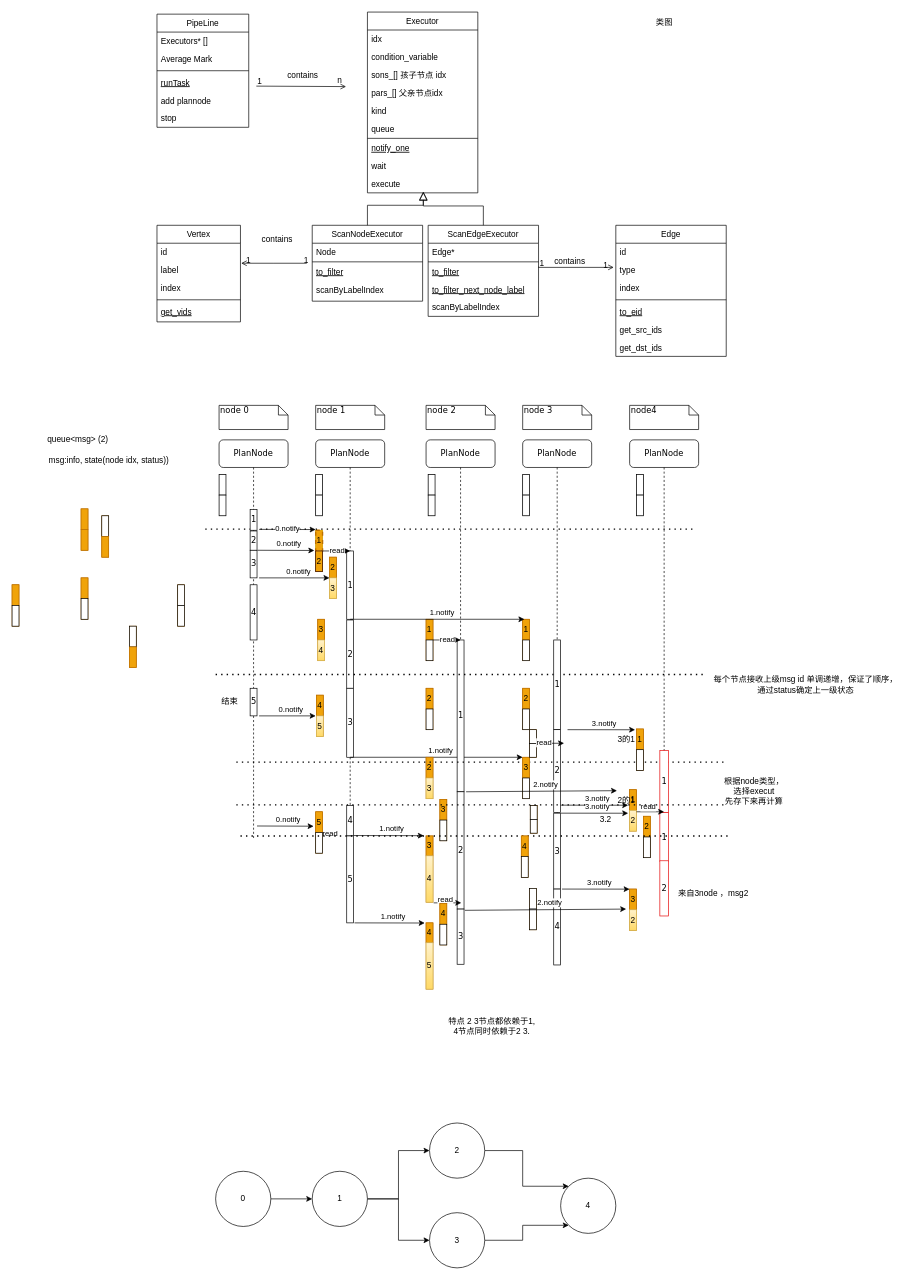
Earlier version of the draw.io diagram pipeline类图.drawio (abasi20/drawio). Source tidied: cells renumbered, new cells numbered last; positions are measured from the earlier drawing's top-left corner, leaving out a move shared by most shapes. Both pictures are drawn from the tidied source at 69%, with x=0, y=0 at pixel (12, 12).
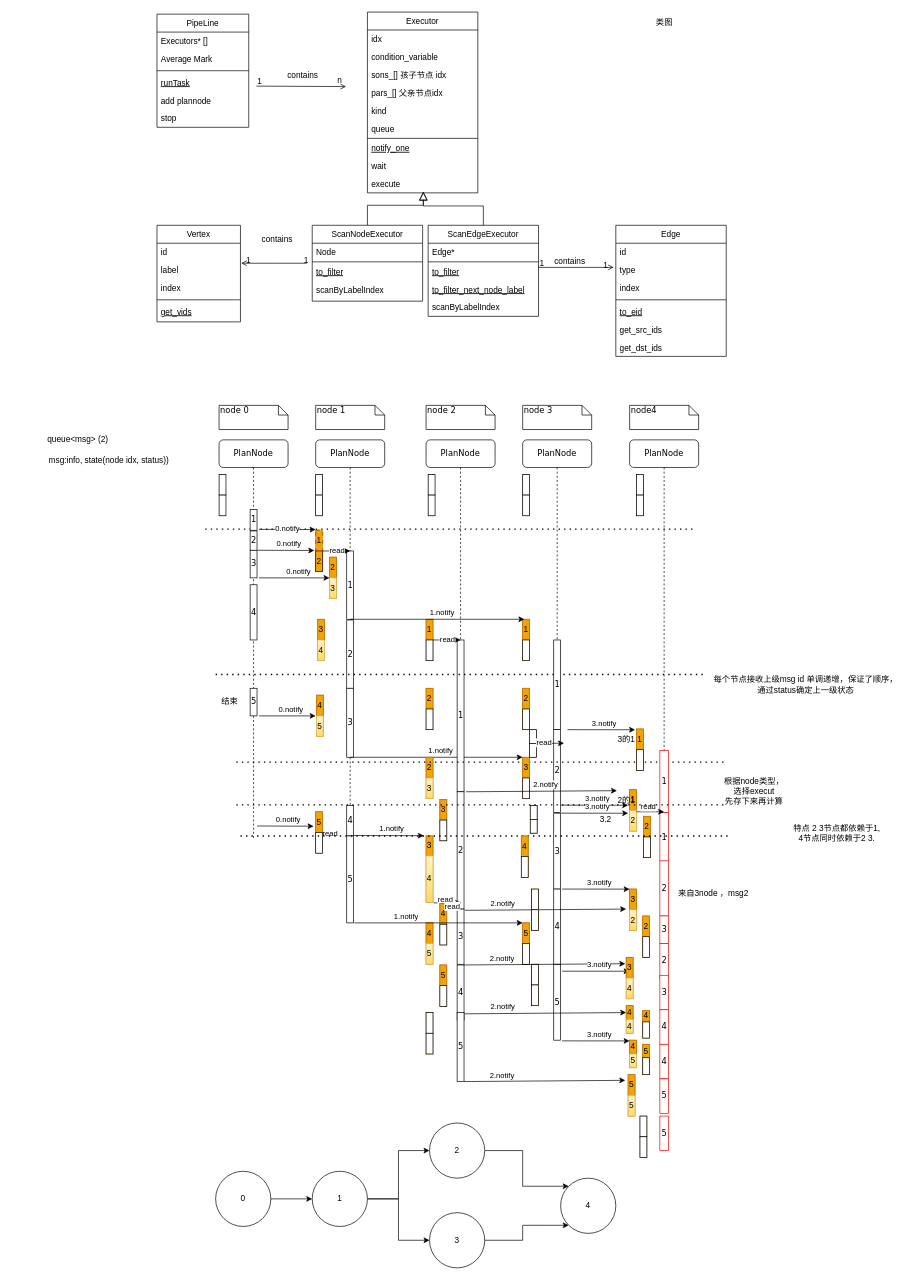
Above is the later version.

Unchanged cells that the change refers to:
```xml
<mxCell id="254" style="endArrow=classic;html=1;rounded=0;" parent="1" edge="1">
  <mxGeometry relative="1" as="geometry">
    <mxPoint x="656.2" y="1301.8" as="sourcePoint" />
    <mxPoint x="890" y="1300" as="targetPoint" />
  </mxGeometry>
</mxCell>
```

Diff of the diagram source:
```diff
@@
-    <mxCell id="187" style="group;fillColor=#f0a30a;fontColor=#000000;strokeColor=#BD7000;" parent="1" vertex="1">
-      <mxGeometry x="100" y="720" width="10" height="60" as="geometry" />
-    </mxCell>
-    <mxCell id="188" style="rounded=0;whiteSpace=wrap;html=1;fillColor=#f0a30a;fontColor=#000000;strokeColor=#BD7000;" parent="187" vertex="1">
-      <mxGeometry width="10" height="30" as="geometry" />
-    </mxCell>
-    <mxCell id="189" style="rounded=0;whiteSpace=wrap;html=1;fillColor=#f0a30a;strokeColor=#BD7000;fontColor=#000000;" parent="187" vertex="1">
-      <mxGeometry y="30" width="10" height="30" as="geometry" />
-    </mxCell>
-    <mxCell id="190" style="group;fillColor=#f0a30a;fontColor=#000000;strokeColor=#BD7000;" parent="1" vertex="1">
-      <mxGeometry x="130" y="730" width="10" height="60" as="geometry" />
-    </mxCell>
-    <mxCell id="191" style="rounded=0;whiteSpace=wrap;html=1;" parent="190" vertex="1">
-      <mxGeometry width="10" height="30" as="geometry" />
-    </mxCell>
-    <mxCell id="192" style="rounded=0;whiteSpace=wrap;html=1;fillColor=#f0a30a;strokeColor=#BD7000;fontColor=#000000;" parent="190" vertex="1">
-      <mxGeometry y="30" width="10" height="30" as="geometry" />
-    </mxCell>
-    <mxCell id="193" style="group;fillColor=#f0a30a;fontColor=#000000;strokeColor=#BD7000;" parent="1" vertex="1">
-      <mxGeometry x="100" y="820" width="10" height="60" as="geometry" />
-    </mxCell>
-    <mxCell id="194" style="rounded=0;whiteSpace=wrap;html=1;fillColor=#f0a30a;fontColor=#000000;strokeColor=#BD7000;" parent="193" vertex="1">
-      <mxGeometry width="10" height="30" as="geometry" />
-    </mxCell>
-    <mxCell id="195" style="rounded=0;whiteSpace=wrap;html=1;" parent="193" vertex="1">
-      <mxGeometry y="30" width="10" height="30" as="geometry" />
-    </mxCell>
@@
-    <mxCell id="202" style="group;fillColor=#f0a30a;fontColor=#000000;strokeColor=#BD7000;" parent="1" vertex="1">
-      <mxGeometry y="830" width="10" height="60" as="geometry" />
-    </mxCell>
-    <mxCell id="203" style="rounded=0;whiteSpace=wrap;html=1;fillColor=#f0a30a;fontColor=#000000;strokeColor=#BD7000;" parent="202" vertex="1">
-      <mxGeometry width="10" height="30" as="geometry" />
-    </mxCell>
-    <mxCell id="204" style="rounded=0;whiteSpace=wrap;html=1;" parent="202" vertex="1">
-      <mxGeometry y="30" width="10" height="30" as="geometry" />
-    </mxCell>
-    <mxCell id="205" style="group;fillColor=#f0a30a;fontColor=#000000;strokeColor=#BD7000;" parent="1" vertex="1">
-      <mxGeometry x="170" y="890" width="10" height="60" as="geometry" />
-    </mxCell>
-    <mxCell id="206" style="rounded=0;whiteSpace=wrap;html=1;" parent="205" vertex="1">
-      <mxGeometry width="10" height="30" as="geometry" />
-    </mxCell>
-    <mxCell id="207" style="rounded=0;whiteSpace=wrap;html=1;fillColor=#f0a30a;strokeColor=#BD7000;fontColor=#000000;" parent="205" vertex="1">
-      <mxGeometry y="30" width="10" height="30" as="geometry" />
-    </mxCell>
@@
-    <mxCell id="213" style="group;fillColor=#f0a30a;fontColor=#000000;strokeColor=#BD7000;" parent="1" vertex="1">
-      <mxGeometry x="240" y="830" width="10" height="60" as="geometry" />
-    </mxCell>
-    <mxCell id="214" style="rounded=0;whiteSpace=wrap;html=1;" parent="213" vertex="1">
-      <mxGeometry width="10" height="30" as="geometry" />
-    </mxCell>
-    <mxCell id="215" style="rounded=0;whiteSpace=wrap;html=1;" parent="213" vertex="1">
-      <mxGeometry y="30" width="10" height="30" as="geometry" />
-    </mxCell>
@@
     <mxCell id="231" style="group;fillColor=#f0a30a;fontColor=#000000;strokeColor=#BD7000;" parent="1" vertex="1">
-      <mxGeometry x="750" y="1270" width="10" height="60" as="geometry" />
+      <mxGeometry x="600" y="1450" width="10" height="60" as="geometry" />
     </mxCell>
@@
     <mxCell id="243" style="group;fillColor=#f0a30a;fontColor=#000000;strokeColor=#BD7000;" parent="1" vertex="1">
-      <mxGeometry x="600" y="1320" width="10" height="96" as="geometry" />
+      <mxGeometry x="600" y="1320" width="10" height="60" as="geometry" />
     </mxCell>
     <mxCell id="244" value="4" style="rounded=0;whiteSpace=wrap;html=1;fillColor=#f0a30a;fontColor=#000000;strokeColor=#BD7000;" parent="243" vertex="1">
-      <mxGeometry width="10" height="28.8" as="geometry" />
+      <mxGeometry width="10" height="30" as="geometry" />
     </mxCell>
     <mxCell id="245" value="5" style="rounded=0;whiteSpace=wrap;html=1;fillColor=#fff2cc;gradientColor=#ffd966;strokeColor=#d6b656;" parent="243" vertex="1">
-      <mxGeometry y="28.8" width="10" height="67.2" as="geometry" />
+      <mxGeometry y="30" width="10" height="30" as="geometry" />
     </mxCell>
-    <mxCell id="246" style="endArrow=classic;html=1;rounded=0;exitX=0.8;exitY=0.975;exitDx=0;exitDy=0;exitPerimeter=0;entryX=-0.329;entryY=-0.012;entryDx=0;entryDy=0;entryPerimeter=0;" parent="1" edge="1">
+    <mxCell id="246" style="endArrow=classic;html=1;rounded=0;exitX=0.8;exitY=0.975;exitDx=0;exitDy=0;exitPerimeter=0;" parent="1" edge="1">
       <mxGeometry relative="1" as="geometry">
         <mxPoint x="496.3" y="1320" as="sourcePoint" />
-        <mxPoint x="598" y="1320.2" as="targetPoint" />
+        <mxPoint x="740" y="1320" as="targetPoint" />
       </mxGeometry>
     </mxCell>
     <mxCell id="247" value="1.notify" style="edgeLabel;html=1;align=center;verticalAlign=middle;" parent="246" vertex="1">
       <mxGeometry x="0.01" y="-2" relative="1" as="geometry">
-        <mxPoint x="4" y="-12" as="offset" />
+        <mxPoint x="-49" y="-12" as="offset" />
       </mxGeometry>
     </mxCell>
@@
     <mxCell id="255" value="2.notify" style="edgeLabel;html=1;align=center;verticalAlign=middle;" parent="254" vertex="1">
       <mxGeometry x="0.01" y="-2" relative="1" as="geometry">
-        <mxPoint x="4" y="-12" as="offset" />
+        <mxPoint x="-64" y="-11" as="offset" />
       </mxGeometry>
     </mxCell>
@@
     <mxCell id="258" value="特点 2 3节点都依赖于1, &lt;br&gt;4节点同时依赖于2 3." style="text;html=1;align=center;verticalAlign=middle;strokeColor=none;fillColor=none;" parent="1" vertex="1">
-      <mxGeometry x="620" y="1450" width="150" height="40" as="geometry" />
+      <mxGeometry x="1120" y="1170" width="150" height="40" as="geometry" />
     </mxCell>
+    <mxCell id="259" value="4" style="html=1;perimeter=orthogonalPerimeter;rounded=0;shadow=0;comic=0;labelBackgroundColor=none;strokeWidth=1;fontFamily=Verdana;fontSize=12;align=center;" parent="1" vertex="1">
+      <mxGeometry x="645" y="1381" width="10" height="80" as="geometry" />
+    </mxCell>
+    <mxCell id="260" value="5" style="html=1;perimeter=orthogonalPerimeter;rounded=0;shadow=0;comic=0;labelBackgroundColor=none;strokeWidth=1;fontFamily=Verdana;fontSize=12;align=center;" parent="1" vertex="1">
+      <mxGeometry x="645" y="1450" width="10" height="100" as="geometry" />
+    </mxCell>
+    <mxCell id="261" style="group;fillColor=#f0a30a;fontColor=#000000;strokeColor=#BD7000;" parent="1" vertex="1">
+      <mxGeometry x="740" y="1320" width="10" height="60" as="geometry" />
+    </mxCell>
+    <mxCell id="262" value="5" style="rounded=0;whiteSpace=wrap;html=1;fillColor=#f0a30a;fontColor=#000000;strokeColor=#BD7000;" parent="261" vertex="1">
+      <mxGeometry width="10" height="30" as="geometry" />
+    </mxCell>
+    <mxCell id="263" style="rounded=0;whiteSpace=wrap;html=1;" parent="261" vertex="1">
+      <mxGeometry y="30" width="10" height="30" as="geometry" />
+    </mxCell>
+    <mxCell id="264" value="5" style="html=1;perimeter=orthogonalPerimeter;rounded=0;shadow=0;comic=0;labelBackgroundColor=none;strokeWidth=1;fontFamily=Verdana;fontSize=12;align=center;" parent="1" vertex="1">
+      <mxGeometry x="785" y="1380" width="10" height="110" as="geometry" />
+    </mxCell>
+    <mxCell id="265" value="read" style="edgeLabel;html=1;align=center;verticalAlign=middle;" parent="1" vertex="1">
+      <mxGeometry x="637" y="1295" as="geometry" />
+    </mxCell>
+    <mxCell id="266" style="group;fillColor=#f0a30a;fontColor=#000000;strokeColor=#BD7000;" parent="1" vertex="1">
+      <mxGeometry x="620" y="1381" width="10" height="60" as="geometry" />
+    </mxCell>
+    <mxCell id="267" value="5" style="rounded=0;whiteSpace=wrap;html=1;fillColor=#f0a30a;fontColor=#000000;strokeColor=#BD7000;" parent="266" vertex="1">
+      <mxGeometry width="10" height="30" as="geometry" />
+    </mxCell>
+    <mxCell id="268" style="rounded=0;whiteSpace=wrap;html=1;" parent="266" vertex="1">
+      <mxGeometry y="30" width="10" height="30" as="geometry" />
+    </mxCell>
+    <mxCell id="269" style="group;fillColor=#f0a30a;fontColor=#000000;strokeColor=#BD7000;" parent="1" vertex="1">
+      <mxGeometry x="753" y="1271" width="10" height="60" as="geometry" />
+    </mxCell>
+    <mxCell id="270" style="rounded=0;whiteSpace=wrap;html=1;" parent="269" vertex="1">
+      <mxGeometry width="10" height="30" as="geometry" />
+    </mxCell>
+    <mxCell id="271" style="rounded=0;whiteSpace=wrap;html=1;" parent="269" vertex="1">
+      <mxGeometry y="30" width="10" height="30" as="geometry" />
+    </mxCell>
+    <mxCell id="272" style="group;fillColor=#f0a30a;fontColor=#000000;strokeColor=#BD7000;" parent="1" vertex="1">
+      <mxGeometry x="753" y="1380" width="10" height="60" as="geometry" />
+    </mxCell>
+    <mxCell id="273" style="rounded=0;whiteSpace=wrap;html=1;" parent="272" vertex="1">
+      <mxGeometry width="10" height="30" as="geometry" />
+    </mxCell>
+    <mxCell id="274" style="rounded=0;whiteSpace=wrap;html=1;" parent="272" vertex="1">
+      <mxGeometry y="30" width="10" height="30" as="geometry" />
+    </mxCell>
+    <mxCell id="275" value="3" style="html=1;perimeter=orthogonalPerimeter;rounded=0;shadow=0;comic=0;labelBackgroundColor=none;strokeWidth=1;fontFamily=Verdana;fontSize=12;align=center;strokeColor=#E60A0A;" parent="1" vertex="1">
+      <mxGeometry x="938.8" y="1310" width="12.5" height="40" as="geometry" />
+    </mxCell>
+    <mxCell id="276" style="group;fillColor=#f0a30a;fontColor=#000000;strokeColor=#BD7000;" parent="1" vertex="1">
+      <mxGeometry x="914" y="1310" width="10" height="60" as="geometry" />
+    </mxCell>
+    <mxCell id="277" value="2" style="rounded=0;whiteSpace=wrap;html=1;fillColor=#f0a30a;fontColor=#000000;strokeColor=#BD7000;" parent="276" vertex="1">
+      <mxGeometry width="10" height="30" as="geometry" />
+    </mxCell>
+    <mxCell id="278" style="rounded=0;whiteSpace=wrap;html=1;" parent="276" vertex="1">
+      <mxGeometry y="30" width="10" height="30" as="geometry" />
+    </mxCell>
+    <mxCell id="279" style="endArrow=classic;html=1;rounded=0;" parent="1" edge="1">
+      <mxGeometry relative="1" as="geometry">
+        <mxPoint x="655" y="1381" as="sourcePoint" />
+        <mxPoint x="888.7" y="1379.2" as="targetPoint" />
+      </mxGeometry>
+    </mxCell>
+    <mxCell id="280" value="2.notify" style="edgeLabel;html=1;align=center;verticalAlign=middle;" parent="279" vertex="1">
+      <mxGeometry x="0.01" y="-2" relative="1" as="geometry">
+        <mxPoint x="-64" y="-11" as="offset" />
+      </mxGeometry>
+    </mxCell>
+    <mxCell id="281" style="endArrow=classic;html=1;rounded=0;exitX=0.8;exitY=0.975;exitDx=0;exitDy=0;exitPerimeter=0;entryX=0.758;entryY=0.004;entryDx=0;entryDy=0;entryPerimeter=0;" parent="1" edge="1">
+      <mxGeometry relative="1" as="geometry">
+        <mxPoint x="797.1" y="1390" as="sourcePoint" />
+        <mxPoint x="895" y="1390.1" as="targetPoint" />
+      </mxGeometry>
+    </mxCell>
+    <mxCell id="282" value="3.notify" style="edgeLabel;html=1;align=center;verticalAlign=middle;" parent="281" vertex="1">
+      <mxGeometry x="0.01" y="-2" relative="1" as="geometry">
+        <mxPoint x="4" y="-12" as="offset" />
+      </mxGeometry>
+    </mxCell>
+    <mxCell id="283" value="2" style="html=1;perimeter=orthogonalPerimeter;rounded=0;shadow=0;comic=0;labelBackgroundColor=none;strokeWidth=1;fontFamily=Verdana;fontSize=12;align=center;strokeColor=#E60A0A;" parent="1" vertex="1">
+      <mxGeometry x="938.8" y="1350" width="12.5" height="50" as="geometry" />
+    </mxCell>
+    <mxCell id="284" style="group;fillColor=#f0a30a;fontColor=#000000;strokeColor=#BD7000;" parent="1" vertex="1">
+      <mxGeometry x="890" y="1370" width="10" height="60" as="geometry" />
+    </mxCell>
+    <mxCell id="285" value="3" style="rounded=0;whiteSpace=wrap;html=1;fillColor=#f0a30a;fontColor=#000000;strokeColor=#BD7000;" parent="284" vertex="1">
+      <mxGeometry width="10" height="30" as="geometry" />
+    </mxCell>
+    <mxCell id="286" value="4" style="rounded=0;whiteSpace=wrap;html=1;fillColor=#fff2cc;gradientColor=#ffd966;strokeColor=#d6b656;" parent="284" vertex="1">
+      <mxGeometry y="30" width="10" height="30" as="geometry" />
+    </mxCell>
+    <mxCell id="287" value="3" style="html=1;perimeter=orthogonalPerimeter;rounded=0;shadow=0;comic=0;labelBackgroundColor=none;strokeWidth=1;fontFamily=Verdana;fontSize=12;align=center;strokeColor=#E60A0A;" parent="1" vertex="1">
+      <mxGeometry x="938.8" y="1396" width="12.5" height="50" as="geometry" />
+    </mxCell>
+    <mxCell id="288" style="group;fillColor=#f0a30a;fontColor=#000000;strokeColor=#BD7000;" parent="1" vertex="1">
+      <mxGeometry x="914" y="1447" width="10" height="40" as="geometry" />
+    </mxCell>
+    <mxCell id="289" value="4" style="rounded=0;whiteSpace=wrap;html=1;fillColor=#f0a30a;fontColor=#000000;strokeColor=#BD7000;" parent="288" vertex="1">
+      <mxGeometry width="10" height="16.5" as="geometry" />
+    </mxCell>
+    <mxCell id="290" style="rounded=0;whiteSpace=wrap;html=1;" parent="288" vertex="1">
+      <mxGeometry y="16.5" width="10" height="23.5" as="geometry" />
+    </mxCell>
+    <mxCell id="291" style="endArrow=classic;html=1;rounded=0;" parent="1" edge="1">
+      <mxGeometry relative="1" as="geometry">
+        <mxPoint x="656.2" y="1451.8" as="sourcePoint" />
+        <mxPoint x="890" y="1450" as="targetPoint" />
+      </mxGeometry>
+    </mxCell>
+    <mxCell id="292" value="2.notify" style="edgeLabel;html=1;align=center;verticalAlign=middle;" parent="291" vertex="1">
+      <mxGeometry x="0.01" y="-2" relative="1" as="geometry">
+        <mxPoint x="-64" y="-11" as="offset" />
+      </mxGeometry>
+    </mxCell>
+    <mxCell id="293" style="group;fillColor=#f0a30a;fontColor=#000000;strokeColor=#BD7000;" parent="1" vertex="1">
+      <mxGeometry x="890" y="1440" width="10" height="40" as="geometry" />
+    </mxCell>
+    <mxCell id="294" value="4" style="rounded=0;whiteSpace=wrap;html=1;fillColor=#f0a30a;fontColor=#000000;strokeColor=#BD7000;" parent="293" vertex="1">
+      <mxGeometry width="10" height="20" as="geometry" />
+    </mxCell>
+    <mxCell id="295" value="4" style="rounded=0;whiteSpace=wrap;html=1;fillColor=#fff2cc;gradientColor=#ffd966;strokeColor=#d6b656;" parent="293" vertex="1">
+      <mxGeometry y="20" width="10" height="20" as="geometry" />
+    </mxCell>
+    <mxCell id="296" value="4" style="html=1;perimeter=orthogonalPerimeter;rounded=0;shadow=0;comic=0;labelBackgroundColor=none;strokeWidth=1;fontFamily=Verdana;fontSize=12;align=center;strokeColor=#E60A0A;" parent="1" vertex="1">
+      <mxGeometry x="938.8" y="1446" width="12.5" height="50" as="geometry" />
+    </mxCell>
+    <mxCell id="297" style="endArrow=classic;html=1;rounded=0;exitX=0.8;exitY=0.975;exitDx=0;exitDy=0;exitPerimeter=0;entryX=0.758;entryY=0.004;entryDx=0;entryDy=0;entryPerimeter=0;" parent="1" edge="1">
+      <mxGeometry relative="1" as="geometry">
+        <mxPoint x="797.1" y="1491" as="sourcePoint" />
+        <mxPoint x="895" y="1491.1" as="targetPoint" />
+      </mxGeometry>
+    </mxCell>
+    <mxCell id="298" value="3.notify" style="edgeLabel;html=1;align=center;verticalAlign=middle;" parent="297" vertex="1">
+      <mxGeometry x="0.01" y="-2" relative="1" as="geometry">
+        <mxPoint x="4" y="-12" as="offset" />
+      </mxGeometry>
+    </mxCell>
+    <mxCell id="299" style="group;fillColor=#f0a30a;fontColor=#000000;strokeColor=#BD7000;" parent="1" vertex="1">
+      <mxGeometry x="895" y="1490" width="10" height="40" as="geometry" />
+    </mxCell>
+    <mxCell id="300" value="4" style="rounded=0;whiteSpace=wrap;html=1;fillColor=#f0a30a;fontColor=#000000;strokeColor=#BD7000;" parent="299" vertex="1">
+      <mxGeometry width="10" height="20" as="geometry" />
+    </mxCell>
+    <mxCell id="301" value="5" style="rounded=0;whiteSpace=wrap;html=1;fillColor=#fff2cc;gradientColor=#ffd966;strokeColor=#d6b656;" parent="299" vertex="1">
+      <mxGeometry y="20" width="10" height="20" as="geometry" />
+    </mxCell>
+    <mxCell id="302" value="4" style="html=1;perimeter=orthogonalPerimeter;rounded=0;shadow=0;comic=0;labelBackgroundColor=none;strokeWidth=1;fontFamily=Verdana;fontSize=12;align=center;strokeColor=#E60A0A;" parent="1" vertex="1">
+      <mxGeometry x="938.8" y="1496" width="12.5" height="50" as="geometry" />
+    </mxCell>
+    <mxCell id="303" style="group;fillColor=#f0a30a;fontColor=#000000;strokeColor=#BD7000;" parent="1" vertex="1">
+      <mxGeometry x="914" y="1496" width="10" height="44" as="geometry" />
+    </mxCell>
+    <mxCell id="304" value="5" style="rounded=0;whiteSpace=wrap;html=1;fillColor=#f0a30a;fontColor=#000000;strokeColor=#BD7000;" parent="303" vertex="1">
+      <mxGeometry width="10" height="19.4" as="geometry" />
+    </mxCell>
+    <mxCell id="305" style="rounded=0;whiteSpace=wrap;html=1;" parent="303" vertex="1">
+      <mxGeometry y="19.4" width="10" height="24.6" as="geometry" />
+    </mxCell>
+    <mxCell id="306" style="endArrow=classic;html=1;rounded=0;" parent="1" edge="1">
+      <mxGeometry relative="1" as="geometry">
+        <mxPoint x="655" y="1550" as="sourcePoint" />
+        <mxPoint x="888.7" y="1548.2" as="targetPoint" />
+      </mxGeometry>
+    </mxCell>
+    <mxCell id="307" value="2.notify" style="edgeLabel;html=1;align=center;verticalAlign=middle;" parent="306" vertex="1">
+      <mxGeometry x="0.01" y="-2" relative="1" as="geometry">
+        <mxPoint x="-64" y="-11" as="offset" />
+      </mxGeometry>
+    </mxCell>
+    <mxCell id="308" style="group;fillColor=#f0a30a;fontColor=#000000;strokeColor=#BD7000;" parent="1" vertex="1">
+      <mxGeometry x="892.8" y="1540" width="10" height="60" as="geometry" />
+    </mxCell>
+    <mxCell id="309" value="5" style="rounded=0;whiteSpace=wrap;html=1;fillColor=#f0a30a;fontColor=#000000;strokeColor=#BD7000;" parent="308" vertex="1">
+      <mxGeometry width="10" height="30" as="geometry" />
+    </mxCell>
+    <mxCell id="310" value="5" style="rounded=0;whiteSpace=wrap;html=1;fillColor=#fff2cc;gradientColor=#ffd966;strokeColor=#d6b656;" parent="308" vertex="1">
+      <mxGeometry y="30" width="10" height="30" as="geometry" />
+    </mxCell>
+    <mxCell id="311" value="5" style="html=1;perimeter=orthogonalPerimeter;rounded=0;shadow=0;comic=0;labelBackgroundColor=none;strokeWidth=1;fontFamily=Verdana;fontSize=12;align=center;strokeColor=#E60A0A;" parent="1" vertex="1">
+      <mxGeometry x="938.8" y="1546" width="12.5" height="50" as="geometry" />
+    </mxCell>
+    <mxCell id="312" value="5" style="html=1;perimeter=orthogonalPerimeter;rounded=0;shadow=0;comic=0;labelBackgroundColor=none;strokeWidth=1;fontFamily=Verdana;fontSize=12;align=center;strokeColor=#E60A0A;" parent="1" vertex="1">
+      <mxGeometry x="938.8" y="1600" width="12.5" height="50" as="geometry" />
+    </mxCell>
+    <mxCell id="313" style="group;fillColor=#f0a30a;fontColor=#000000;strokeColor=#BD7000;" parent="1" vertex="1">
+      <mxGeometry x="910" y="1600" width="10" height="60" as="geometry" />
+    </mxCell>
+    <mxCell id="314" style="rounded=0;whiteSpace=wrap;html=1;" parent="313" vertex="1">
+      <mxGeometry width="10" height="30" as="geometry" />
+    </mxCell>
+    <mxCell id="315" style="rounded=0;whiteSpace=wrap;html=1;" parent="313" vertex="1">
+      <mxGeometry y="30" width="10" height="30" as="geometry" />
+    </mxCell>
```
